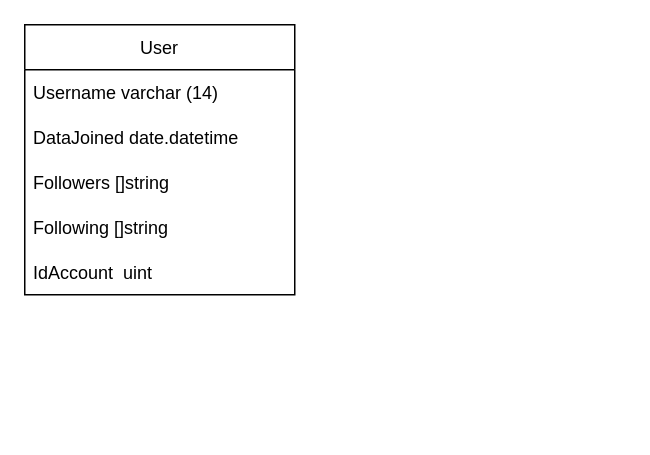
The draw.io diagram docs/modelling/DatabaseModelling.drawio in LulianoM/TwitterApiModeling, before the edit. Source tidied: cells renumbered, new cells numbered last; positions are measured from the earlier drawing's top-left corner, leaving out a move shared by most shapes. Both pictures are drawn from the tidied source at 150%, with x=0, y=0 at pixel (24, 24).
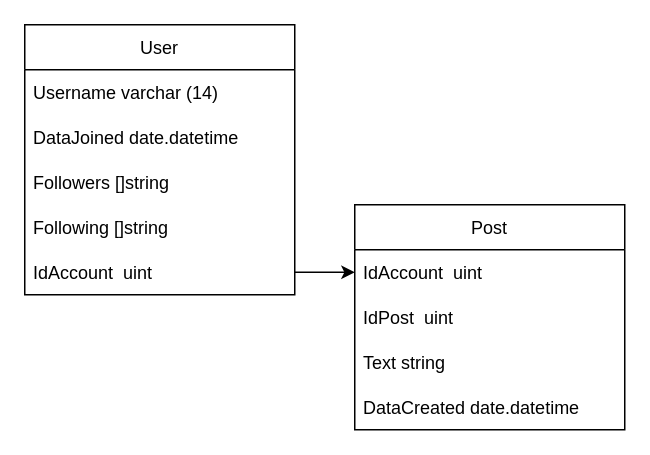
The same page after the edit.

Commit message (it also covers changes not shown here):
POST-001-Struct-Post

Diff of the diagram source:
```diff
@@
 <mxGraphModel>
   <root>
     <mxCell id="0" />
     <mxCell id="1" parent="0" />
     <mxCell id="2" value="User" style="swimlane;fontStyle=0;horizontal=1;startSize=30;" parent="1" vertex="1">
       <mxGeometry width="180" height="180" as="geometry" />
     </mxCell>
     <mxCell id="3" value="Username varchar (14)" style="text;strokeColor=none;fillColor=none;align=left;verticalAlign=middle;spacingLeft=4;spacingRight=4;overflow=hidden;" parent="2" vertex="1">
       <mxGeometry y="30" width="180" height="30" as="geometry" />
     </mxCell>
     <mxCell id="4" value="DataJoined date.datetime" style="text;strokeColor=none;fillColor=none;align=left;verticalAlign=middle;spacingLeft=4;spacingRight=4;overflow=hidden;" parent="2" vertex="1">
       <mxGeometry y="60" width="180" height="30" as="geometry" />
     </mxCell>
     <mxCell id="5" value="Followers []string" style="text;strokeColor=none;fillColor=none;align=left;verticalAlign=middle;spacingLeft=4;spacingRight=4;overflow=hidden;" parent="2" vertex="1">
       <mxGeometry y="90" width="180" height="30" as="geometry" />
     </mxCell>
     <mxCell id="6" value="Following []string" style="text;strokeColor=none;fillColor=none;align=left;verticalAlign=middle;spacingLeft=4;spacingRight=4;overflow=hidden;" parent="2" vertex="1">
       <mxGeometry y="120" width="180" height="30" as="geometry" />
     </mxCell>
     <mxCell id="7" value="IdAccount  uint" style="text;strokeColor=none;fillColor=none;align=left;verticalAlign=middle;spacingLeft=4;spacingRight=4;overflow=hidden;points=[[0,0.5],[1,0.5]];portConstraint=eastwest;" parent="2" vertex="1">
       <mxGeometry y="150" width="180" height="30" as="geometry" />
     </mxCell>
+    <mxCell id="8" value="Post" style="swimlane;fontStyle=0;horizontal=1;startSize=30;" parent="1" vertex="1">
+      <mxGeometry x="220" y="120" width="180" height="150" as="geometry" />
+    </mxCell>
+    <mxCell id="9" value="IdAccount  uint" style="text;strokeColor=none;fillColor=none;align=left;verticalAlign=middle;spacingLeft=4;spacingRight=4;overflow=hidden;points=[[0,0.5],[1,0.5]];portConstraint=eastwest;" parent="8" vertex="1">
+      <mxGeometry y="30" width="180" height="30" as="geometry" />
+    </mxCell>
+    <mxCell id="10" value="IdPost  uint" style="text;strokeColor=none;fillColor=none;align=left;verticalAlign=middle;spacingLeft=4;spacingRight=4;overflow=hidden;" parent="8" vertex="1">
+      <mxGeometry y="60" width="180" height="30" as="geometry" />
+    </mxCell>
+    <mxCell id="11" value="Text string" style="text;strokeColor=none;fillColor=none;align=left;verticalAlign=middle;spacingLeft=4;spacingRight=4;overflow=hidden;" parent="8" vertex="1">
+      <mxGeometry y="90" width="180" height="30" as="geometry" />
+    </mxCell>
+    <mxCell id="12" value="DataCreated date.datetime" style="text;strokeColor=none;fillColor=none;align=left;verticalAlign=middle;spacingLeft=4;spacingRight=4;overflow=hidden;" parent="8" vertex="1">
+      <mxGeometry y="120" width="180" height="30" as="geometry" />
+    </mxCell>
+    <mxCell id="13" style="edgeStyle=none;html=1;exitX=1;exitY=0.5;exitDx=0;exitDy=0;entryX=0;entryY=0.5;entryDx=0;entryDy=0;" parent="1" edge="1" source="7" target="9">
+      <mxGeometry relative="1" as="geometry" />
+    </mxCell>
   </root>
 </mxGraphModel>
```
